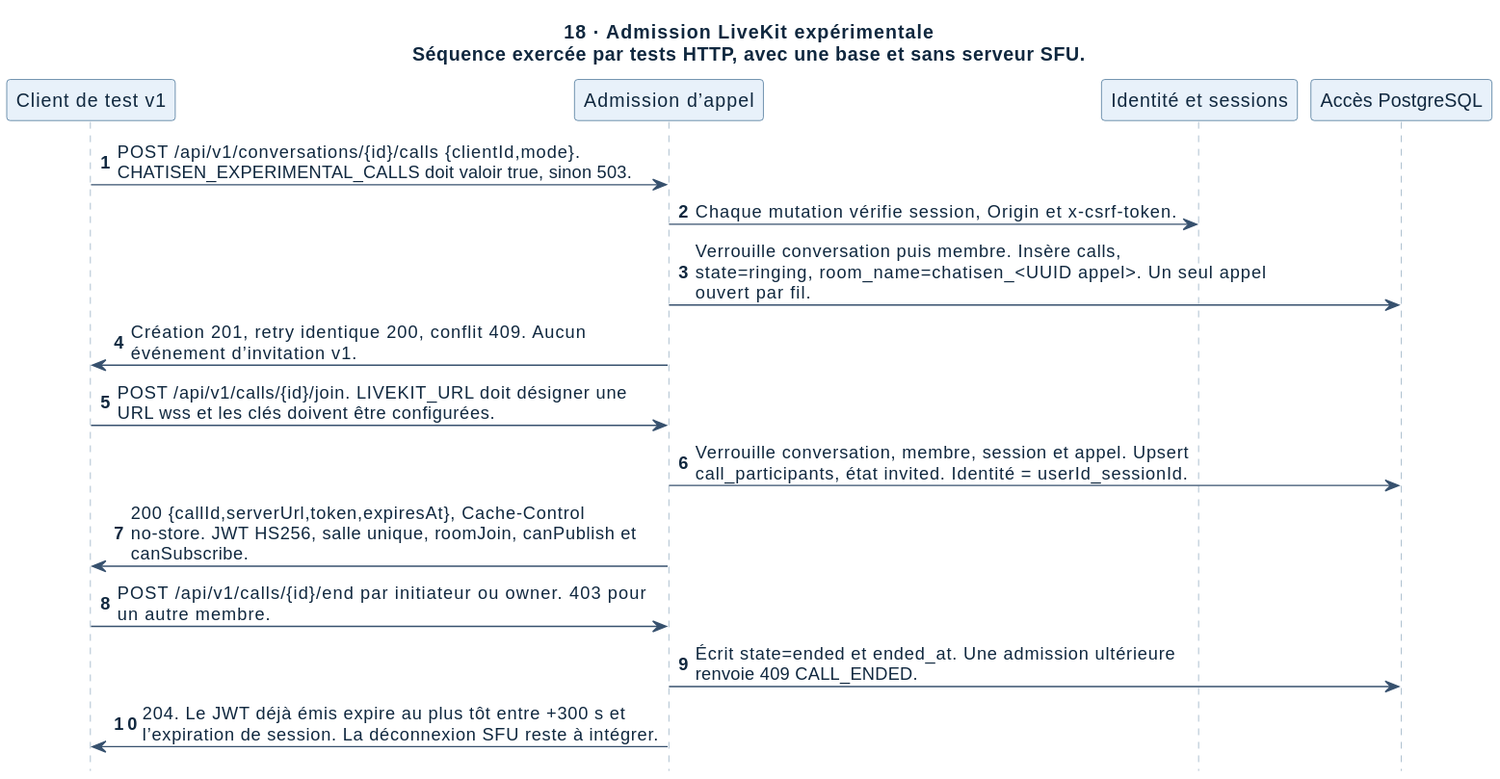
The PlantUML diagram docs/architecture/svg/18-admission-livekit.svg in Zayonx-0/ChatISEN, before a commit. Source of this version:
```plantuml
@startuml
skinparam backgroundColor white
skinparam shadowing false
skinparam defaultFontName SansSerif
skinparam defaultFontColor #10283F
skinparam sequenceParticipantBackgroundColor #E8F1FA
skinparam sequenceParticipantBorderColor #38678E
skinparam sequenceLifeLineBorderColor #8DA6BC
skinparam sequenceArrowColor #37516E
hide footbox
autonumber
title 18 · Admission LiveKit expérimentale\nSéquence exercée par tests HTTP, avec une base et sans serveur SFU.
participant "Client de test v1" as p0
participant "Admission d’appel" as p1
participant "Identité et sessions" as p2
participant "Accès PostgreSQL" as p3
p0 -> p1: POST /api/v1/conversations/{id}/calls {clientId,mode}.\nCHATISEN_EXPERIMENTAL_CALLS doit valoir true, sinon 503.
p1 -> p2: Chaque mutation vérifie session, Origin et x-csrf-token.
p1 -> p3: Verrouille conversation puis membre. Insère calls,\nstate=ringing, room_name=chatisen_<UUID appel>. Un seul appel\nouvert par fil.
p1 -> p0: Création 201, retry identique 200, conflit 409. Aucun\névénement d’invitation v1.
p0 -> p1: POST /api/v1/calls/{id}/join. LIVEKIT_URL doit désigner une\nURL wss et les clés doivent être configurées.
p1 -> p3: Verrouille conversation, membre, session et appel. Upsert\ncall_participants, état invited. Identité = userId_sessionId.
p1 -> p0: 200 {callId,serverUrl,token,expiresAt}, Cache-Control\nno-store. JWT HS256, salle unique, roomJoin, canPublish et\ncanSubscribe.
p0 -> p1: POST /api/v1/calls/{id}/end par initiateur ou owner. 403 pour\nun autre membre.
p1 -> p3: Écrit state=ended et ended_at. Une admission ultérieure\nrenvoie 409 CALL_ENDED.
p1 -> p0: 204. Le JWT déjà émis expire au plus tôt entre +300 s et\nl’expiration de session. La déconnexion SFU reste à intégrer.
@enduml
```
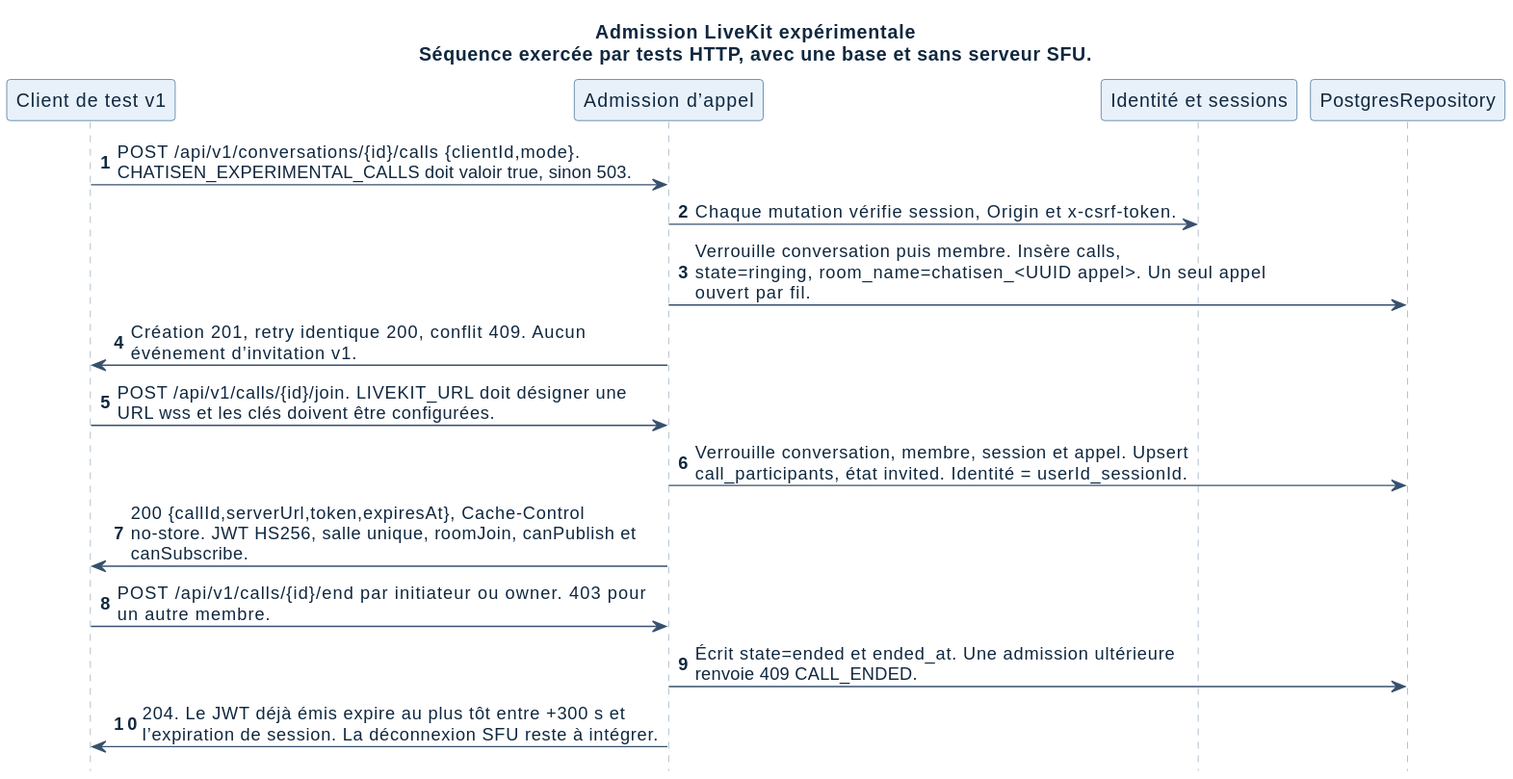
After the commit.

Diff of the diagram source:
```diff
@@ -9,11 +9,11 @@
 skinparam sequenceArrowColor #37516E
 hide footbox
 autonumber
-title 18 · Admission LiveKit expérimentale\nSéquence exercée par tests HTTP, avec une base et sans serveur SFU.
+title Admission LiveKit expérimentale\nSéquence exercée par tests HTTP, avec une base et sans serveur SFU.
 participant "Client de test v1" as p0
 participant "Admission d’appel" as p1
 participant "Identité et sessions" as p2
-participant "Accès PostgreSQL" as p3
+participant "PostgresRepository" as p3
 p0 -> p1: POST /api/v1/conversations/{id}/calls {clientId,mode}.\nCHATISEN_EXPERIMENTAL_CALLS doit valoir true, sinon 503.
 p1 -> p2: Chaque mutation vérifie session, Origin et x-csrf-token.
 p1 -> p3: Verrouille conversation puis membre. Insère calls,\nstate=ringing, room_name=chatisen_<UUID appel>. Un seul appel\nouvert par fil.
```
